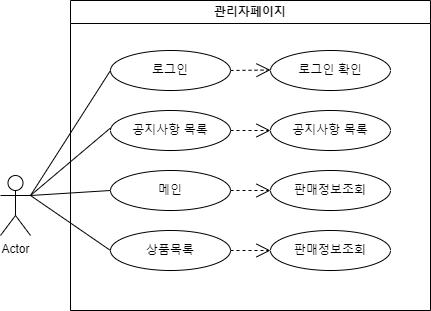
Before: 관리자페이지다.drawio.png, a diagram exported from draw.io (pjhong1004/springhomework). Source tidied: cells renumbered, new cells last; positions are measured from the earlier drawing's top-left corner, leaving out a move shared by most shapes. The source it was exported from:
```xml
<mxGraphModel>
  <root>
    <mxCell id="0" />
    <mxCell id="1" parent="0" />
    <mxCell id="2" value="Actor" style="shape=umlActor;verticalLabelPosition=bottom;verticalAlign=top;html=1;outlineConnect=0;" parent="1" vertex="1">
      <mxGeometry y="175" width="30" height="60" as="geometry" />
    </mxCell>
    <mxCell id="3" value="관리자페이지" style="swimlane;whiteSpace=wrap;html=1;" parent="1" vertex="1">
      <mxGeometry x="70" width="360" height="310" as="geometry" />
    </mxCell>
    <mxCell id="4" value="로그인" style="ellipse;whiteSpace=wrap;html=1;" parent="3" vertex="1">
      <mxGeometry x="40" y="50" width="120" height="40" as="geometry" />
    </mxCell>
    <mxCell id="5" value="공지사항 목록" style="ellipse;whiteSpace=wrap;html=1;" parent="3" vertex="1">
      <mxGeometry x="40" y="110" width="120" height="40" as="geometry" />
    </mxCell>
    <mxCell id="6" value="메인" style="ellipse;whiteSpace=wrap;html=1;" parent="3" vertex="1">
      <mxGeometry x="40" y="170" width="120" height="40" as="geometry" />
    </mxCell>
    <mxCell id="7" value="상품목록" style="ellipse;whiteSpace=wrap;html=1;" parent="3" vertex="1">
      <mxGeometry x="40" y="230" width="120" height="40" as="geometry" />
    </mxCell>
    <mxCell id="8" style="endArrow=none;html=1;rounded=0;entryX=0;entryY=0.5;entryDx=0;entryDy=0;fontStyle=1;exitX=1;exitY=0.3333333333333333;exitDx=0;exitDy=0;exitPerimeter=0;" parent="3" edge="1" source="2">
      <mxGeometry relative="1" as="geometry">
        <mxPoint x="40" y="127.5" as="targetPoint" />
      </mxGeometry>
    </mxCell>
    <mxCell id="9" style="endArrow=none;html=1;rounded=0;exitX=1;exitY=0.3333333333333333;exitDx=0;exitDy=0;exitPerimeter=0;" parent="3" edge="1" source="2">
      <mxGeometry relative="1" as="geometry">
        <mxPoint x="40" y="250" as="targetPoint" />
      </mxGeometry>
    </mxCell>
    <mxCell id="10" value="공지사항 목록" style="ellipse;whiteSpace=wrap;html=1;" parent="3" vertex="1">
      <mxGeometry x="200" y="110" width="120" height="40" as="geometry" />
    </mxCell>
    <mxCell id="11" value="판매정보조회" style="ellipse;whiteSpace=wrap;html=1;" parent="3" vertex="1">
      <mxGeometry x="200" y="170" width="120" height="40" as="geometry" />
    </mxCell>
    <mxCell id="12" value="판매정보조회" style="ellipse;whiteSpace=wrap;html=1;" parent="3" vertex="1">
      <mxGeometry x="200" y="230" width="120" height="40" as="geometry" />
    </mxCell>
    <mxCell id="13" value="로그인 확인" style="ellipse;whiteSpace=wrap;html=1;" parent="3" vertex="1">
      <mxGeometry x="200" y="50" width="120" height="40" as="geometry" />
    </mxCell>
    <mxCell id="14" style="endArrow=open;endSize=12;dashed=1;html=1;rounded=0;" parent="3" edge="1">
      <mxGeometry relative="1" as="geometry">
        <mxPoint x="160" y="70" as="sourcePoint" />
        <mxPoint x="200" y="69.5" as="targetPoint" />
      </mxGeometry>
    </mxCell>
    <mxCell id="15" style="endArrow=open;endSize=12;dashed=1;html=1;rounded=0;entryX=0;entryY=0.5;entryDx=0;entryDy=0;exitX=1;exitY=0.5;exitDx=0;exitDy=0;" parent="3" edge="1" source="5" target="10">
      <mxGeometry relative="1" as="geometry" />
    </mxCell>
    <mxCell id="16" style="endArrow=open;endSize=12;dashed=1;html=1;rounded=0;entryX=0;entryY=0.5;entryDx=0;entryDy=0;exitX=1;exitY=0.5;exitDx=0;exitDy=0;" parent="3" edge="1" source="6" target="11">
      <mxGeometry relative="1" as="geometry" />
    </mxCell>
    <mxCell id="17" style="endArrow=open;endSize=12;dashed=1;html=1;rounded=0;entryX=0;entryY=0.5;entryDx=0;entryDy=0;exitX=1;exitY=0.5;exitDx=0;exitDy=0;" parent="3" edge="1" source="7" target="12">
      <mxGeometry relative="1" as="geometry" />
    </mxCell>
    <mxCell id="18" style="endArrow=none;html=1;rounded=0;entryX=0;entryY=0.5;entryDx=0;entryDy=0;exitX=1;exitY=0.3333333333333333;exitDx=0;exitDy=0;exitPerimeter=0;" parent="1" edge="1" source="2" target="4">
      <mxGeometry relative="1" as="geometry" />
    </mxCell>
    <mxCell id="19" style="endArrow=none;html=1;rounded=0;entryX=0;entryY=0.5;entryDx=0;entryDy=0;exitX=1;exitY=0.3333333333333333;exitDx=0;exitDy=0;exitPerimeter=0;" parent="1" edge="1" source="2">
      <mxGeometry relative="1" as="geometry">
        <mxPoint x="110" y="190" as="targetPoint" />
      </mxGeometry>
    </mxCell>
  </root>
</mxGraphModel>
```
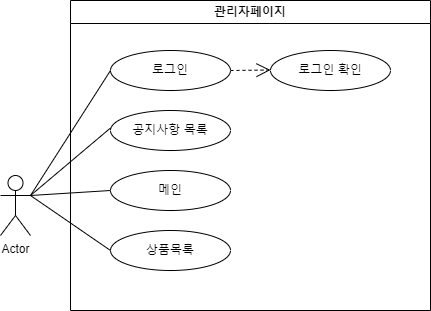
Above is the later version.

Commit message:
관리자페이지다.drawio.png 업데이트

Diff of the diagram source:
```diff
@@ -30,15 +30,6 @@
         <mxPoint x="40" y="250" as="targetPoint" />
       </mxGeometry>
     </mxCell>
-    <mxCell id="10" value="공지사항 목록" style="ellipse;whiteSpace=wrap;html=1;" parent="3" vertex="1">
-      <mxGeometry x="200" y="110" width="120" height="40" as="geometry" />
-    </mxCell>
-    <mxCell id="11" value="판매정보조회" style="ellipse;whiteSpace=wrap;html=1;" parent="3" vertex="1">
-      <mxGeometry x="200" y="170" width="120" height="40" as="geometry" />
-    </mxCell>
-    <mxCell id="12" value="판매정보조회" style="ellipse;whiteSpace=wrap;html=1;" parent="3" vertex="1">
-      <mxGeometry x="200" y="230" width="120" height="40" as="geometry" />
-    </mxCell>
     <mxCell id="13" value="로그인 확인" style="ellipse;whiteSpace=wrap;html=1;" parent="3" vertex="1">
       <mxGeometry x="200" y="50" width="120" height="40" as="geometry" />
     </mxCell>
@@ -48,15 +39,6 @@
         <mxPoint x="200" y="69.5" as="targetPoint" />
       </mxGeometry>
     </mxCell>
-    <mxCell id="15" style="endArrow=open;endSize=12;dashed=1;html=1;rounded=0;entryX=0;entryY=0.5;entryDx=0;entryDy=0;exitX=1;exitY=0.5;exitDx=0;exitDy=0;" parent="3" edge="1" source="5" target="10">
-      <mxGeometry relative="1" as="geometry" />
-    </mxCell>
-    <mxCell id="16" style="endArrow=open;endSize=12;dashed=1;html=1;rounded=0;entryX=0;entryY=0.5;entryDx=0;entryDy=0;exitX=1;exitY=0.5;exitDx=0;exitDy=0;" parent="3" edge="1" source="6" target="11">
-      <mxGeometry relative="1" as="geometry" />
-    </mxCell>
-    <mxCell id="17" style="endArrow=open;endSize=12;dashed=1;html=1;rounded=0;entryX=0;entryY=0.5;entryDx=0;entryDy=0;exitX=1;exitY=0.5;exitDx=0;exitDy=0;" parent="3" edge="1" source="7" target="12">
-      <mxGeometry relative="1" as="geometry" />
-    </mxCell>
     <mxCell id="18" style="endArrow=none;html=1;rounded=0;entryX=0;entryY=0.5;entryDx=0;entryDy=0;exitX=1;exitY=0.3333333333333333;exitDx=0;exitDy=0;exitPerimeter=0;" parent="1" edge="1" source="2" target="4">
       <mxGeometry relative="1" as="geometry" />
     </mxCell>
```
